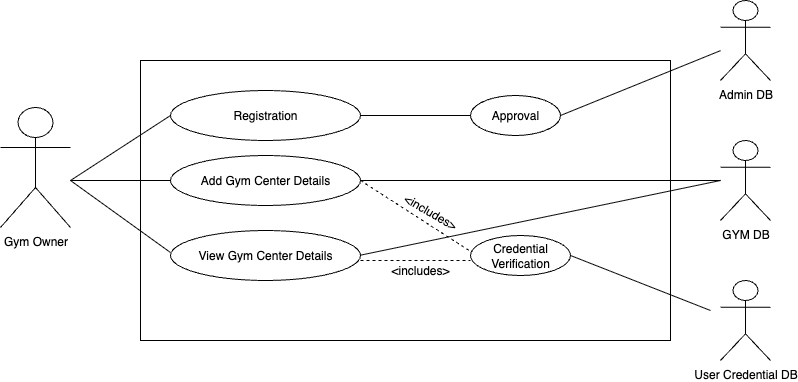
Before: UML_ARTIFACTS/FLIPFIT-USE-CASE-DIAGRAMS/Gym Owner Use Case.png, a diagram exported from draw.io (Wazir-h/JEDI-FLIPKART-GROUP-A). Source tidied: cells renumbered, new cells last; positions are measured from the earlier drawing's top-left corner, leaving out a move shared by most shapes. Its diagram source:
```xml
<mxGraphModel>
  <root>
    <mxCell id="0" />
    <mxCell id="1" parent="0" />
    <mxCell id="2" style="whiteSpace=wrap;html=1;" parent="1" vertex="1">
      <mxGeometry x="140" y="60" width="530" height="280" as="geometry" />
    </mxCell>
    <mxCell id="3" value="Gym Owner" style="shape=umlActor;verticalLabelPosition=bottom;verticalAlign=top;html=1;" parent="1" vertex="1">
      <mxGeometry y="107" width="70" height="120" as="geometry" />
    </mxCell>
    <mxCell id="4" value="Registration" style="ellipse;whiteSpace=wrap;html=1;" parent="1" vertex="1">
      <mxGeometry x="170" y="90" width="190" height="50" as="geometry" />
    </mxCell>
    <mxCell id="5" value="Add Gym Center Details" style="ellipse;whiteSpace=wrap;html=1;" parent="1" vertex="1">
      <mxGeometry x="170" y="155" width="190" height="50" as="geometry" />
    </mxCell>
    <mxCell id="6" value="View Gym Center Details" style="ellipse;whiteSpace=wrap;html=1;" parent="1" vertex="1">
      <mxGeometry x="170" y="230" width="190" height="50" as="geometry" />
    </mxCell>
    <mxCell id="7" value="Admin DB" style="shape=umlActor;verticalLabelPosition=bottom;verticalAlign=top;html=1;outlineConnect=0;" parent="1" vertex="1">
      <mxGeometry x="720" width="50" height="80" as="geometry" />
    </mxCell>
    <mxCell id="8" value="GYM DB" style="shape=umlActor;verticalLabelPosition=bottom;verticalAlign=top;html=1;outlineConnect=0;" parent="1" vertex="1">
      <mxGeometry x="720" y="140" width="50" height="80" as="geometry" />
    </mxCell>
    <mxCell id="9" value="User Credential DB" style="shape=umlActor;verticalLabelPosition=bottom;verticalAlign=top;html=1;" parent="1" vertex="1">
      <mxGeometry x="720" y="280" width="50" height="80" as="geometry" />
    </mxCell>
    <mxCell id="10" value="Approval" style="ellipse;whiteSpace=wrap;html=1;" parent="1" vertex="1">
      <mxGeometry x="470" y="95" width="90" height="40" as="geometry" />
    </mxCell>
    <mxCell id="11" value="Credential Verification" style="ellipse;whiteSpace=wrap;html=1;" parent="1" vertex="1">
      <mxGeometry x="470" y="235" width="100" height="40" as="geometry" />
    </mxCell>
    <mxCell id="12" style="endArrow=none;html=1;rounded=0;entryX=0;entryY=0.5;entryDx=0;entryDy=0;" parent="1" edge="1" target="4">
      <mxGeometry relative="1" as="geometry">
        <mxPoint x="70" y="180" as="sourcePoint" />
      </mxGeometry>
    </mxCell>
    <mxCell id="13" style="endArrow=none;html=1;rounded=0;entryX=0;entryY=0.5;entryDx=0;entryDy=0;" parent="1" edge="1" target="5">
      <mxGeometry relative="1" as="geometry">
        <mxPoint x="70" y="180" as="sourcePoint" />
      </mxGeometry>
    </mxCell>
    <mxCell id="14" style="endArrow=none;html=1;rounded=0;entryX=-0.001;entryY=0.438;entryDx=0;entryDy=0;entryPerimeter=0;" parent="1" edge="1" target="6">
      <mxGeometry relative="1" as="geometry">
        <mxPoint x="70" y="180" as="sourcePoint" />
      </mxGeometry>
    </mxCell>
    <mxCell id="15" style="endArrow=none;html=1;rounded=0;entryX=0;entryY=0.5;entryDx=0;entryDy=0;exitX=1;exitY=0.5;exitDx=0;exitDy=0;" parent="1" edge="1" source="4" target="10">
      <mxGeometry relative="1" as="geometry" />
    </mxCell>
    <mxCell id="16" style="endArrow=none;html=1;rounded=0;exitX=1;exitY=0.5;exitDx=0;exitDy=0;" parent="1" edge="1" source="11">
      <mxGeometry relative="1" as="geometry">
        <mxPoint x="710" y="310" as="targetPoint" />
      </mxGeometry>
    </mxCell>
    <mxCell id="17" style="endArrow=none;html=1;rounded=0;exitX=1;exitY=0.5;exitDx=0;exitDy=0;" parent="1" edge="1" source="5" target="8">
      <mxGeometry relative="1" as="geometry" />
    </mxCell>
    <mxCell id="18" style="endArrow=none;html=1;rounded=0;exitX=1;exitY=0.5;exitDx=0;exitDy=0;" parent="1" edge="1">
      <mxGeometry relative="1" as="geometry">
        <mxPoint x="360" y="254.7" as="sourcePoint" />
        <mxPoint x="720" y="180" as="targetPoint" />
      </mxGeometry>
    </mxCell>
    <mxCell id="19" style="endArrow=none;html=1;rounded=0;exitX=1;exitY=0.5;exitDx=0;exitDy=0;" parent="1" edge="1" source="10" target="7">
      <mxGeometry relative="1" as="geometry" />
    </mxCell>
    <mxCell id="20" style="endArrow=none;html=1;rounded=0;entryX=-0.003;entryY=0.392;entryDx=0;entryDy=0;entryPerimeter=0;dashed=1;" parent="1" edge="1" target="11">
      <mxGeometry relative="1" as="geometry">
        <mxPoint x="360" y="180" as="sourcePoint" />
      </mxGeometry>
    </mxCell>
    <mxCell id="21" style="endArrow=none;html=1;rounded=0;entryX=0;entryY=0.625;entryDx=0;entryDy=0;entryPerimeter=0;dashed=1;" parent="1" edge="1" target="11">
      <mxGeometry relative="1" as="geometry">
        <mxPoint x="360" y="260" as="sourcePoint" />
      </mxGeometry>
    </mxCell>
    <mxCell id="22" value="&amp;lt;includes&amp;gt;" style="text;html=1;align=center;verticalAlign=middle;whiteSpace=wrap;rounded=0;rotation=30;" parent="1" vertex="1">
      <mxGeometry x="400" y="197" width="60" height="30" as="geometry" />
    </mxCell>
    <mxCell id="23" value="&amp;lt;includes&amp;gt;" style="text;html=1;align=center;verticalAlign=middle;whiteSpace=wrap;rounded=0;rotation=0;" parent="1" vertex="1">
      <mxGeometry x="390" y="260" width="60" height="20" as="geometry" />
    </mxCell>
  </root>
</mxGraphModel>
```
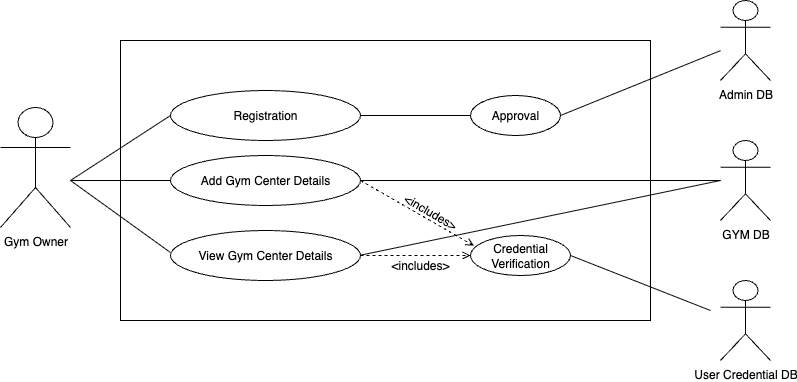
Above is the later version.

Diff of the diagram source:
```diff
@@ -3,7 +3,7 @@
     <mxCell id="0" />
     <mxCell id="1" parent="0" />
     <mxCell id="2" style="whiteSpace=wrap;html=1;" parent="1" vertex="1">
-      <mxGeometry x="140" y="60" width="530" height="280" as="geometry" />
+      <mxGeometry x="120" y="40" width="530" height="280" as="geometry" />
     </mxCell>
     <mxCell id="3" value="Gym Owner" style="shape=umlActor;verticalLabelPosition=bottom;verticalAlign=top;html=1;" parent="1" vertex="1">
       <mxGeometry y="107" width="70" height="120" as="geometry" />
@@ -67,21 +67,17 @@
     <mxCell id="19" style="endArrow=none;html=1;rounded=0;exitX=1;exitY=0.5;exitDx=0;exitDy=0;" parent="1" edge="1" source="10" target="7">
       <mxGeometry relative="1" as="geometry" />
     </mxCell>
-    <mxCell id="20" style="endArrow=none;html=1;rounded=0;entryX=-0.003;entryY=0.392;entryDx=0;entryDy=0;entryPerimeter=0;dashed=1;" parent="1" edge="1" target="11">
-      <mxGeometry relative="1" as="geometry">
-        <mxPoint x="360" y="180" as="sourcePoint" />
-      </mxGeometry>
-    </mxCell>
-    <mxCell id="21" style="endArrow=none;html=1;rounded=0;entryX=0;entryY=0.625;entryDx=0;entryDy=0;entryPerimeter=0;dashed=1;" parent="1" edge="1" target="11">
-      <mxGeometry relative="1" as="geometry">
-        <mxPoint x="360" y="260" as="sourcePoint" />
-      </mxGeometry>
-    </mxCell>
     <mxCell id="22" value="&amp;lt;includes&amp;gt;" style="text;html=1;align=center;verticalAlign=middle;whiteSpace=wrap;rounded=0;rotation=30;" parent="1" vertex="1">
       <mxGeometry x="400" y="197" width="60" height="30" as="geometry" />
     </mxCell>
     <mxCell id="23" value="&amp;lt;includes&amp;gt;" style="text;html=1;align=center;verticalAlign=middle;whiteSpace=wrap;rounded=0;rotation=0;" parent="1" vertex="1">
-      <mxGeometry x="390" y="260" width="60" height="20" as="geometry" />
+      <mxGeometry x="390" y="255" width="60" height="20" as="geometry" />
     </mxCell>
+    <mxCell id="24" style="endArrow=open;html=1;rounded=0;exitX=1;exitY=0.5;exitDx=0;exitDy=0;entryX=0.034;entryY=0.255;entryDx=0;entryDy=0;entryPerimeter=0;endFill=0;dashed=1;" parent="1" edge="1" source="5" target="11">
+      <mxGeometry relative="1" as="geometry" />
+    </mxCell>
+    <mxCell id="25" style="endArrow=open;html=1;rounded=0;exitX=1;exitY=0.5;exitDx=0;exitDy=0;endFill=0;dashed=1;entryX=0;entryY=0.5;entryDx=0;entryDy=0;" parent="1" edge="1" source="6" target="11">
+      <mxGeometry relative="1" as="geometry" />
+    </mxCell>
   </root>
 </mxGraphModel>
```
